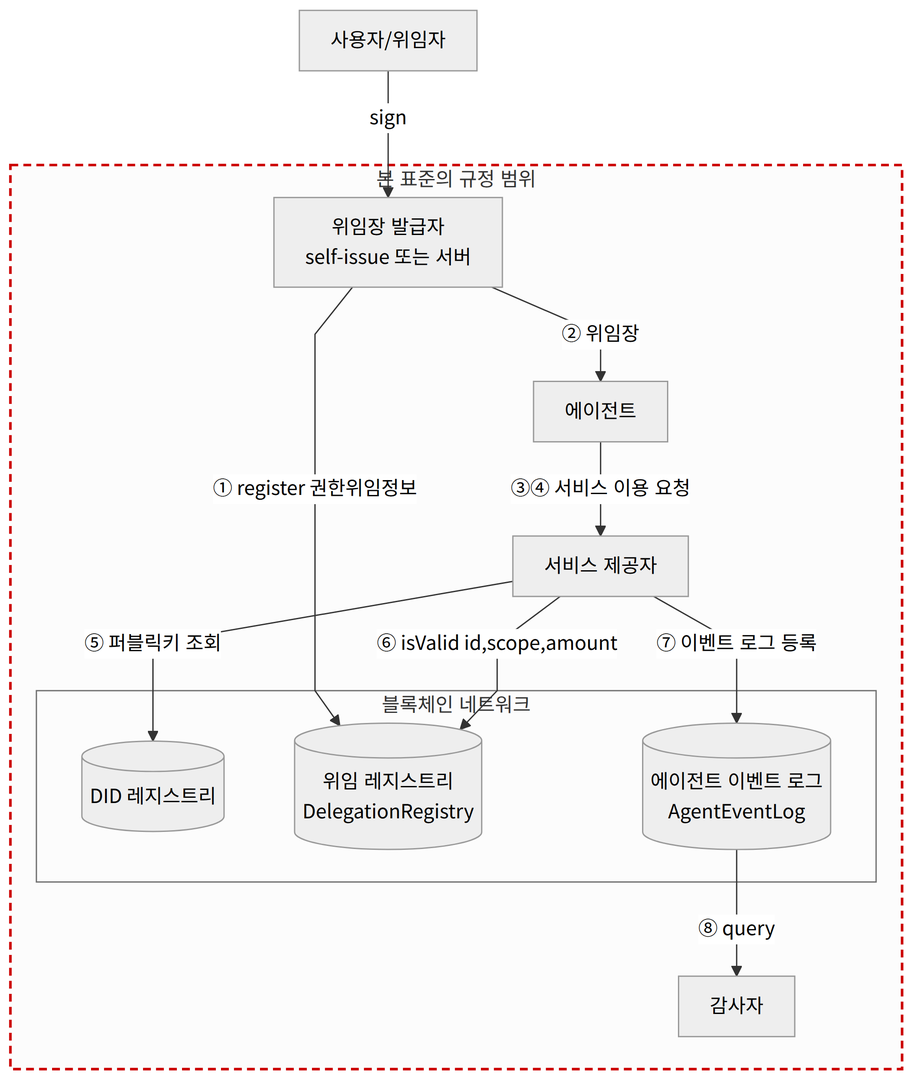
This is docs/tta-standard/figures/fig1-architecture.png from jsong1230/meta-agents, a Mermaid export, as it was before one commit. Its source is kept beside it as docs/tta-standard/figures/fig1-architecture.mmd.
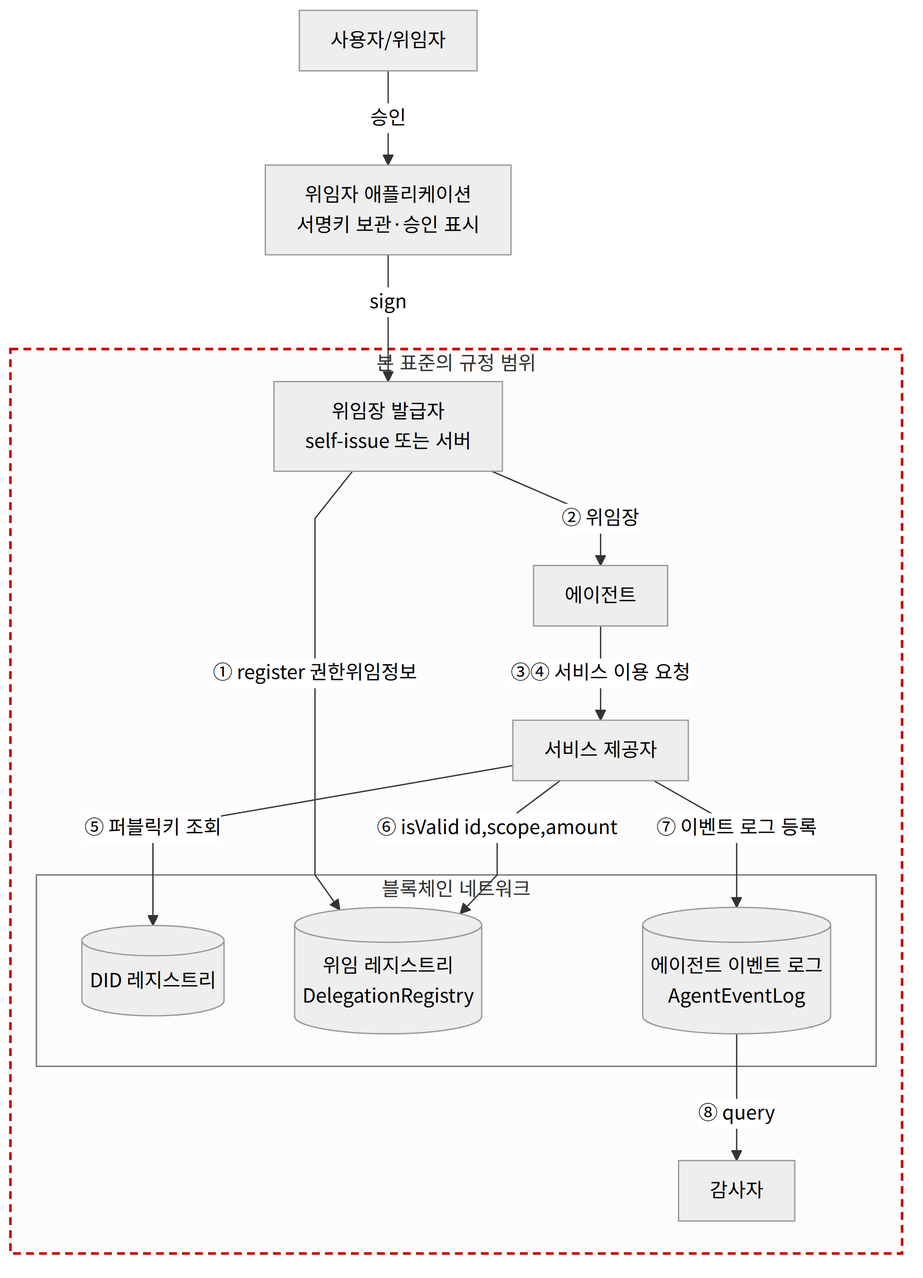
The same file after the commit.

The edit, as a diff of the source:
```diff
@@ -1,5 +1,6 @@
 flowchart TD
     U[사용자/위임자]
+    WAL[위임자 애플리케이션<br/>서명키 보관·승인 표시]
     subgraph STD[본 표준의 규정 범위]
         ISS[위임장 발급자<br/>self-issue 또는 서버]
         AG[에이전트]
@@ -11,7 +12,8 @@
             LOG[(에이전트 이벤트 로그<br/>AgentEventLog)]
         end
     end
-    U -->|sign| ISS
+    U -->|승인| WAL
+    WAL -->|sign| ISS
     ISS -->|① register 권한위임정보| REG
     ISS -->|② 위임장| AG
     AG -->|③④ 서비스 이용 요청| SP
```
